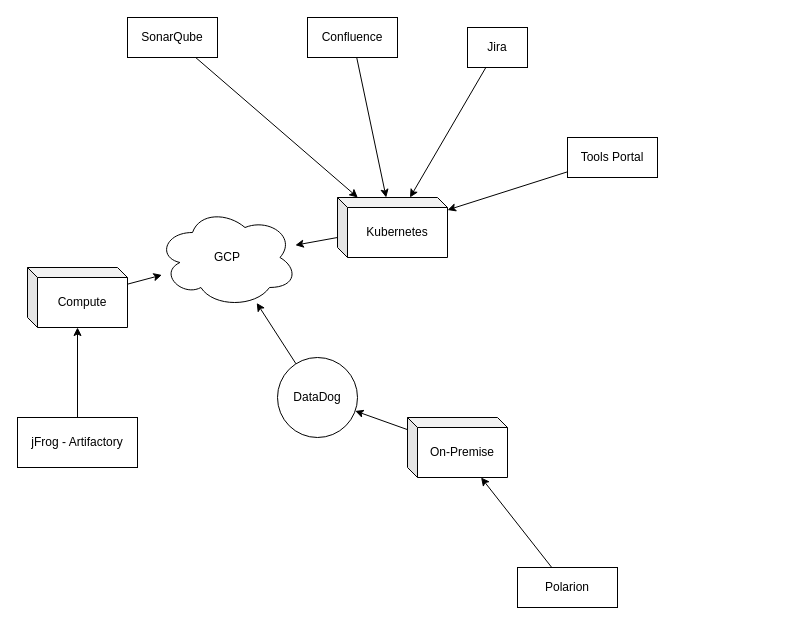
Before: Infrastructure Map.drawio in Guignards/Guignards, a draw.io diagram. Source tidied: cells renumbered, new cells numbered last; positions are measured from the earlier drawing's top-left corner, leaving out a move shared by most shapes. Both pictures are drawn from the tidied source at 100%, with x=0, y=0 at pixel (17, 17).
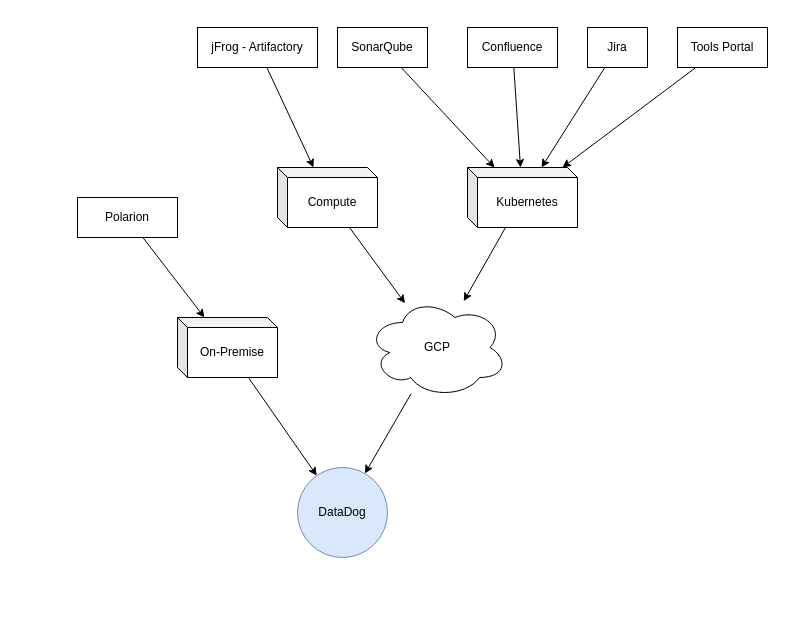
Above is the later version.

Diff of the diagram source:
```diff
@@
-    <mxCell id="2" style="rounded=0;jettySize=auto;html=1;" parent="1" edge="1" source="3" target="4">
-      <mxGeometry relative="1" as="geometry" />
-    </mxCell>
-    <mxCell id="3" value="DataDog" style="ellipse;whiteSpace=wrap;html=1;" parent="1" vertex="1">
-      <mxGeometry x="260" y="340" width="80" height="80" as="geometry" />
+    <mxCell id="3" value="DataDog" style="ellipse;whiteSpace=wrap;html=1;fillColor=#dae8fc;strokeColor=#6c8ebf;" parent="1" vertex="1">
+      <mxGeometry x="280" y="450" width="90" height="90" as="geometry" />
     </mxCell>
+    <mxCell id="23" style="rounded=0;jettySize=auto;html=1;" parent="1" edge="1" source="4" target="3">
+      <mxGeometry relative="1" as="geometry" />
+    </mxCell>
     <mxCell id="4" value="GCP" style="ellipse;shape=cloud;whiteSpace=wrap;html=1;" parent="1" vertex="1">
-      <mxGeometry x="140" y="190" width="140" height="100" as="geometry" />
+      <mxGeometry x="350" y="280" width="140" height="100" as="geometry" />
     </mxCell>
@@
     <mxCell id="6" value="SonarQube" style="shape=label;whiteSpace=wrap;html=1;boundedLbl=1;backgroundOutline=1;darkOpacity=0.05;darkOpacity2=0.1;rounded=0;" parent="1" vertex="1">
-      <mxGeometry x="110" width="90" height="40" as="geometry" />
+      <mxGeometry x="320" y="10" width="90" height="40" as="geometry" />
     </mxCell>
@@
     <mxCell id="8" value="Confluence" style="shape=label;whiteSpace=wrap;html=1;boundedLbl=1;backgroundOutline=1;darkOpacity=0.05;darkOpacity2=0.1;rounded=0;" parent="1" vertex="1">
-      <mxGeometry x="290" width="90" height="40" as="geometry" />
+      <mxGeometry x="450" y="10" width="90" height="40" as="geometry" />
     </mxCell>
@@
     <mxCell id="10" value="Jira" style="shape=label;whiteSpace=wrap;html=1;boundedLbl=1;backgroundOutline=1;darkOpacity=0.05;darkOpacity2=0.1;rounded=0;" parent="1" vertex="1">
-      <mxGeometry x="450" y="10" width="60" height="40" as="geometry" />
+      <mxGeometry x="570" y="10" width="60" height="40" as="geometry" />
     </mxCell>
@@
     <mxCell id="12" value="Tools Portal" style="shape=label;whiteSpace=wrap;html=1;boundedLbl=1;backgroundOutline=1;darkOpacity=0.05;darkOpacity2=0.1;rounded=0;" parent="1" vertex="1">
-      <mxGeometry x="550" y="120" width="90" height="40" as="geometry" />
+      <mxGeometry x="660" y="10" width="90" height="40" as="geometry" />
     </mxCell>
@@
     <mxCell id="14" value="Polarion" style="shape=label;whiteSpace=wrap;html=1;boundedLbl=1;backgroundOutline=1;darkOpacity=0.05;darkOpacity2=0.1;rounded=0;" parent="1" vertex="1">
-      <mxGeometry x="500" y="550" width="100" height="40" as="geometry" />
+      <mxGeometry x="60" y="180" width="100" height="40" as="geometry" />
     </mxCell>
@@
     <mxCell id="16" value="jFrog - Artifactory" style="shape=label;whiteSpace=wrap;html=1;boundedLbl=1;backgroundOutline=1;darkOpacity=0.05;darkOpacity2=0.1;rounded=0;" parent="1" vertex="1">
-      <mxGeometry y="400" width="120" height="50" as="geometry" />
+      <mxGeometry x="180" y="10" width="120" height="40" as="geometry" />
     </mxCell>
@@
     <mxCell id="18" value="Kubernetes" style="shape=cube;whiteSpace=wrap;html=1;boundedLbl=1;backgroundOutline=1;darkOpacity=0.05;darkOpacity2=0.1;size=10;" parent="1" vertex="1">
-      <mxGeometry x="320" y="180" width="110" height="60" as="geometry" />
+      <mxGeometry x="450" y="150" width="110" height="60" as="geometry" />
     </mxCell>
@@
     <mxCell id="20" value="Compute" style="shape=cube;whiteSpace=wrap;html=1;boundedLbl=1;backgroundOutline=1;darkOpacity=0.05;darkOpacity2=0.1;size=10;" parent="1" vertex="1">
-      <mxGeometry x="10" y="250" width="100" height="60" as="geometry" />
+      <mxGeometry x="260" y="150" width="100" height="60" as="geometry" />
     </mxCell>
@@
     <mxCell id="22" value="On-Premise" style="shape=cube;whiteSpace=wrap;html=1;boundedLbl=1;backgroundOutline=1;darkOpacity=0.05;darkOpacity2=0.1;size=10;" parent="1" vertex="1">
-      <mxGeometry x="390" y="400" width="100" height="60" as="geometry" />
+      <mxGeometry x="160" y="300" width="100" height="60" as="geometry" />
     </mxCell>
```
